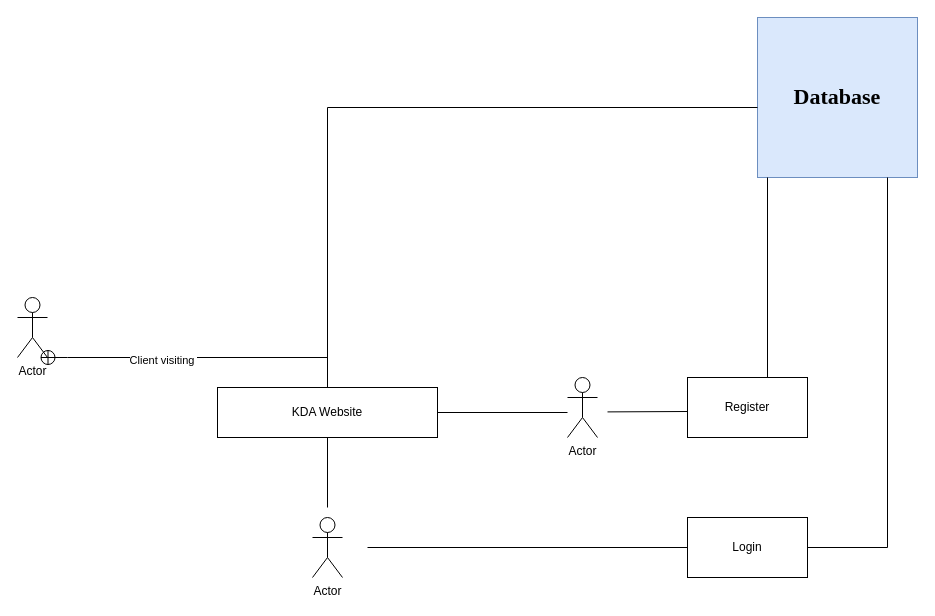
This is Untitled Diagram.drawio from km10here/DanceAcad, a draw.io file, before an edit. Source tidied: cells renumbered, new cells numbered last; positions are measured from the earlier drawing's top-left corner, leaving out a move shared by most shapes. Both pictures are drawn from the tidied source at 100%, with x=0, y=0 at pixel (17, 17).
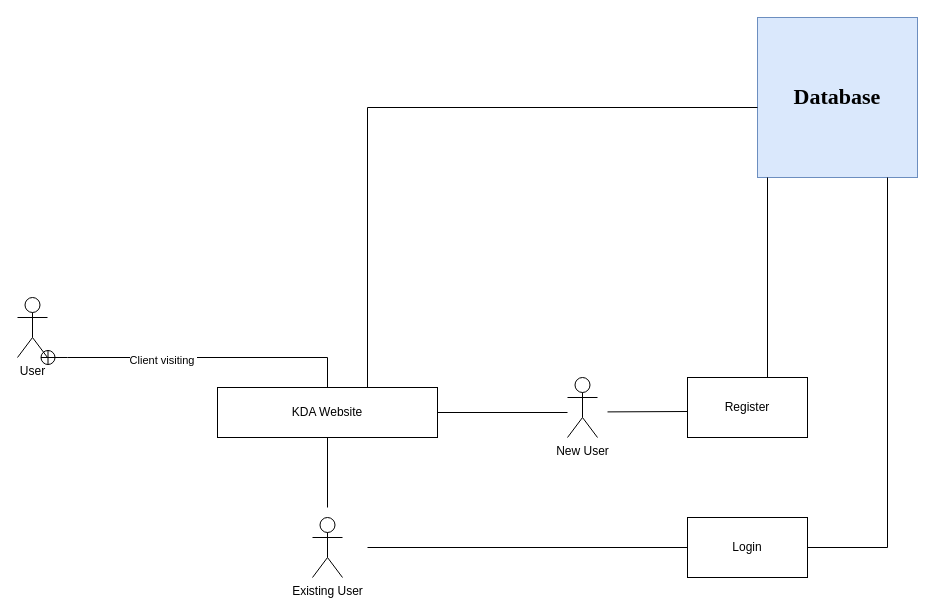
The same page after the edit.

The edit, as a diff of the source:
```diff
@@
-    <mxCell id="5" value="Actor" style="shape=umlActor;verticalLabelPosition=bottom;verticalAlign=top;html=1;outlineConnect=0;" parent="1" vertex="1">
+    <mxCell id="5" value="User" style="shape=umlActor;verticalLabelPosition=bottom;verticalAlign=top;html=1;outlineConnect=0;" parent="1" vertex="1">
       <mxGeometry y="280" width="30" height="60" as="geometry" />
     </mxCell>
@@
-    <mxCell id="8" value="Actor" style="shape=umlActor;verticalLabelPosition=bottom;verticalAlign=top;html=1;" parent="1" vertex="1">
+    <mxCell id="8" value="Existing User" style="shape=umlActor;verticalLabelPosition=bottom;verticalAlign=top;html=1;" parent="1" vertex="1">
       <mxGeometry x="295" y="500" width="30" height="60" as="geometry" />
     </mxCell>
@@
-    <mxCell id="11" value="Actor" style="shape=umlActor;verticalLabelPosition=bottom;verticalAlign=top;html=1;" parent="1" vertex="1">
+    <mxCell id="11" value="New User" style="shape=umlActor;verticalLabelPosition=bottom;verticalAlign=top;html=1;" parent="1" vertex="1">
       <mxGeometry x="550" y="360" width="30" height="60" as="geometry" />
     </mxCell>
@@
     <mxCell id="15" style="endArrow=none;html=1;rounded=0;" parent="1" edge="1">
       <mxGeometry relative="1" as="geometry">
-        <mxPoint x="310" y="90" as="sourcePoint" />
+        <mxPoint x="350" y="90" as="sourcePoint" />
         <mxPoint x="740" y="90" as="targetPoint" />
       </mxGeometry>
     </mxCell>
     <mxCell id="16" style="endArrow=none;html=1;rounded=0;" parent="1" edge="1">
       <mxGeometry relative="1" as="geometry">
-        <mxPoint x="310" y="350" as="sourcePoint" />
-        <mxPoint x="310" y="90" as="targetPoint" />
+        <mxPoint x="350" y="370" as="sourcePoint" />
+        <mxPoint x="350" y="90" as="targetPoint" />
       </mxGeometry>
     </mxCell>
```
